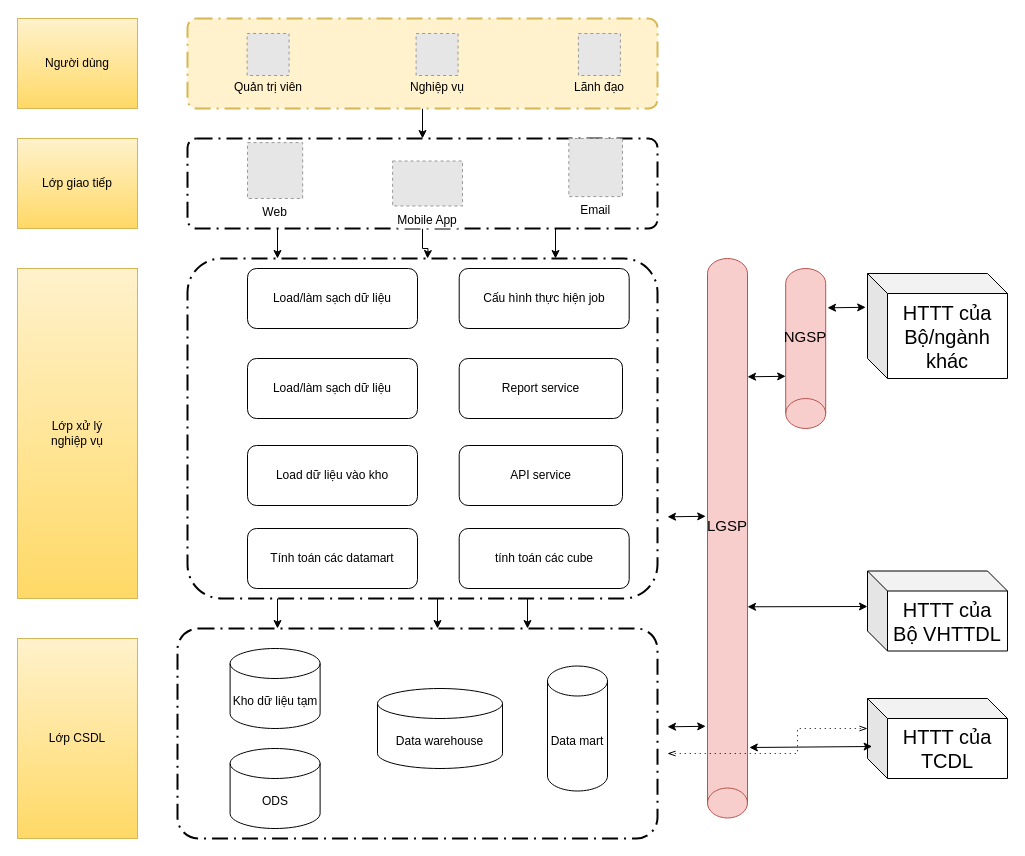
This is page "KHO - Bỏ" (5 of 5) of tcdl.drawio from letheanh12345/Draw-io, a draw.io file, before an edit. Source tidied: cells renumbered, new cells numbered last; positions are measured from the earlier drawing's top-left corner, leaving out a move shared by most shapes. Both pictures are drawn from the tidied source at 100%, with x=0, y=0 at pixel (17, 18). Pictures stored in the file or linked from it are replaced by grey dashed boxes.
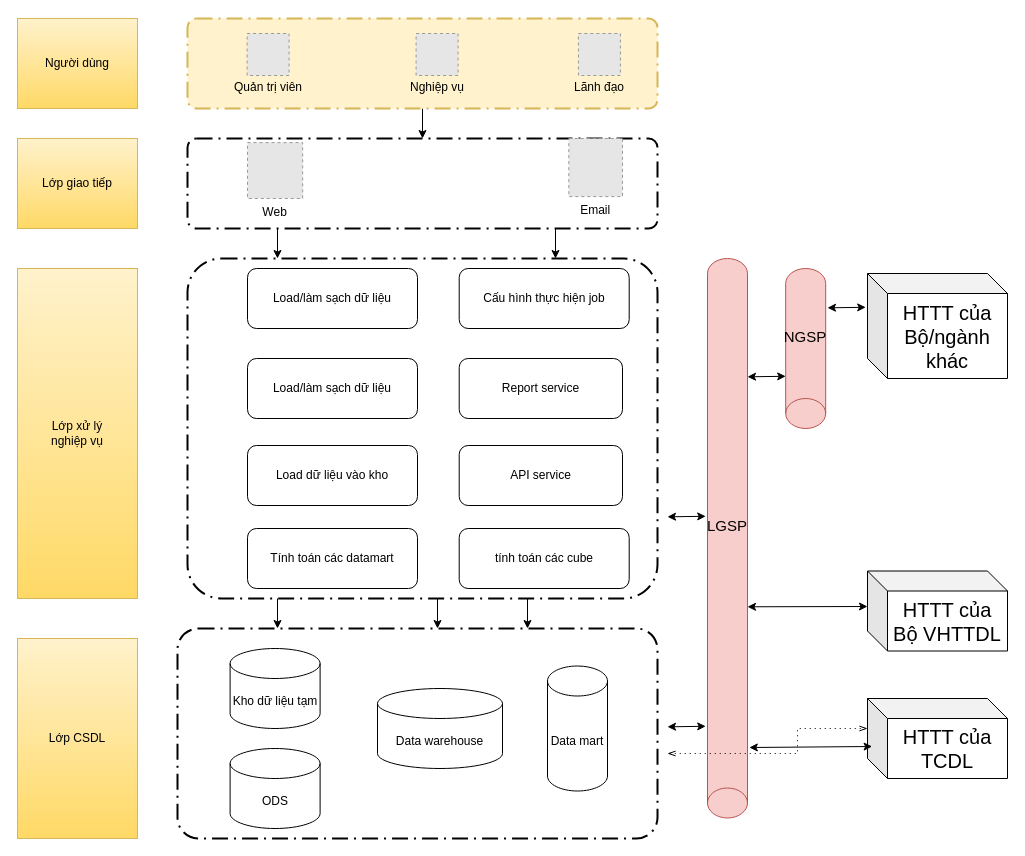
The same diagram, later.

Unchanged cells that the change refers to:
```xml
<mxCell id="3" style="points=[[0.25,0,0],[0.5,0,0],[0.75,0,0],[1,0.25,0],[1,0.5,0],[1,0.75,0],[0.75,1,0],[0.5,1,0],[0.25,1,0],[0,0.75,0],[0,0.5,0],[0,0.25,0]];rounded=1;arcSize=10;dashed=1;strokeColor=#000000;fillColor=none;gradientColor=none;dashPattern=8 3 1 3;strokeWidth=2;fontStyle=1;fontSize=20;" parent="1" vertex="1">
  <mxGeometry x="170" y="120" width="470" height="90" as="geometry" />
</mxCell>
```

Diff of the diagram source:
```diff
@@
-    <mxCell id="2" style="edgeStyle=orthogonalEdgeStyle;rounded=0;jettySize=auto;html=1;entryX=0.5;entryY=0;entryDx=0;entryDy=0;entryPerimeter=0;" parent="1" edge="1" source="3">
-      <mxGeometry relative="1" as="geometry">
-        <mxPoint x="410" y="240" as="targetPoint" />
-      </mxGeometry>
-    </mxCell>
@@
-    <mxCell id="15" value="Mobile App" style="fillColor=#E6E6E6;strokeColor=#999999;dashed=1;verticalLabelPosition=bottom;labelBackgroundColor=default;verticalAlign=top;" parent="1" vertex="1">
-      <mxGeometry x="375.1" y="142.5" width="69.9" height="45" as="geometry" />
-    </mxCell>
```
